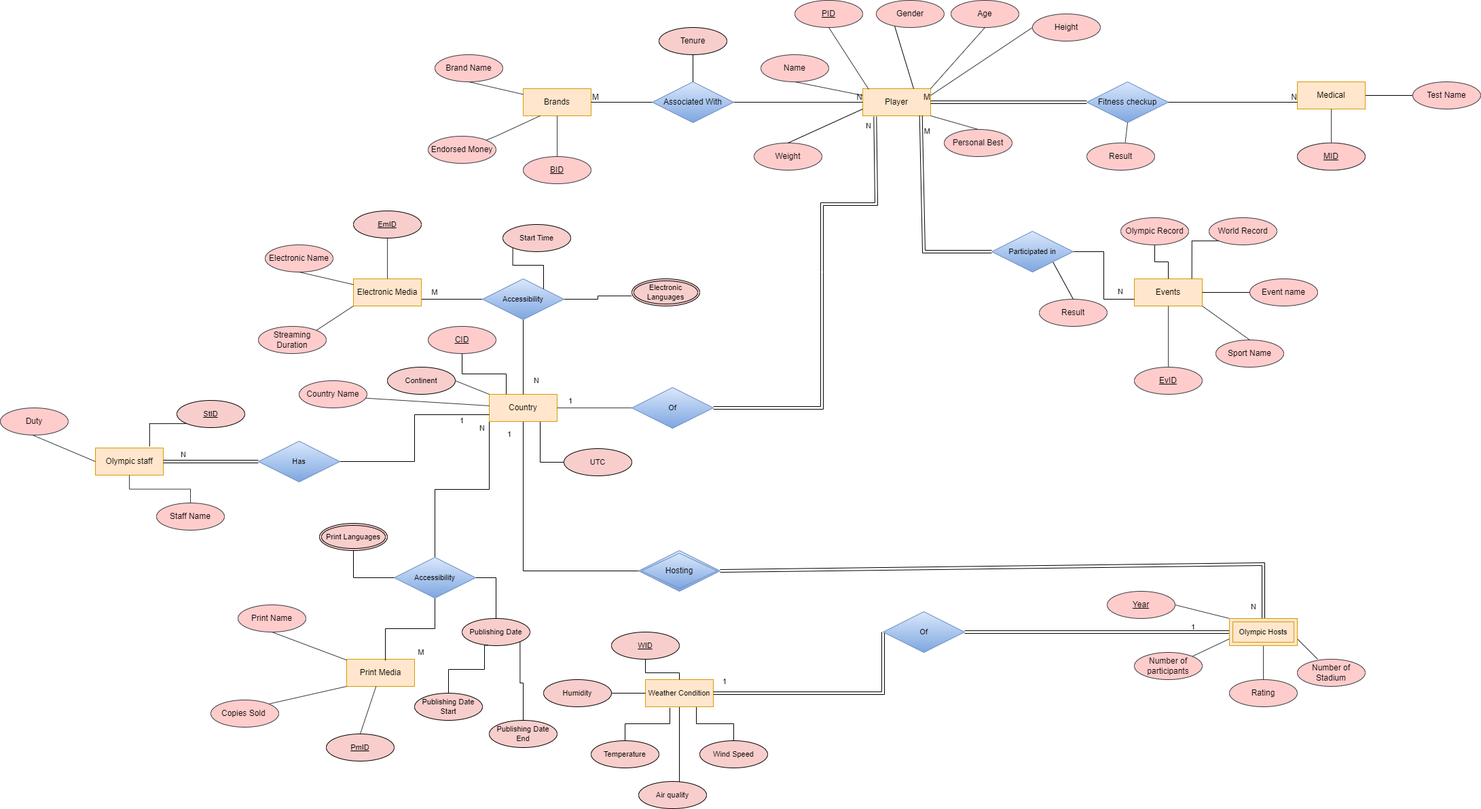
Before: ER and Relational/ER_Diagram.drawio.png, a diagram exported from draw.io (Keyur1284/DBMS-Project-Olympics). Source tidied: cells renumbered, new cells last; positions are measured from the earlier drawing's top-left corner, leaving out a move shared by most shapes.
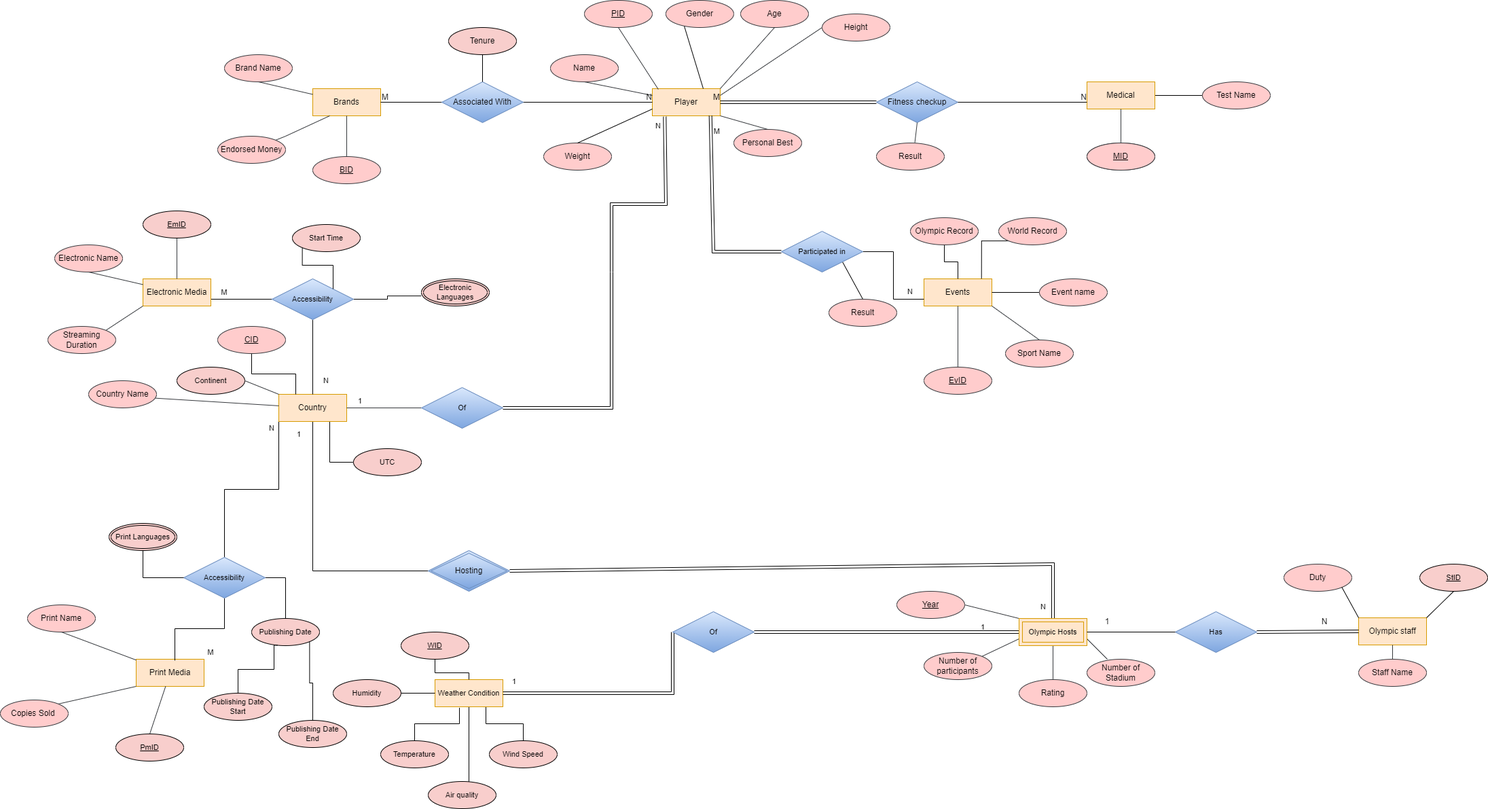
After the commit.

Diff of the diagram source:
```diff
@@ -425,32 +425,20 @@
       </mxGeometry>
     </mxCell>
     <mxCell id="126" value="Olympic staff" style="whiteSpace=wrap;html=1;align=center;fillColor=#ffe6cc;strokeColor=#d79b00;" parent="1" vertex="1">
-      <mxGeometry x="140" y="659" width="100" height="40" as="geometry" />
+      <mxGeometry x="2310" y="909" width="100" height="40" as="geometry" />
     </mxCell>
     <mxCell id="127" style="edgeStyle=orthogonalEdgeStyle;rounded=0;jettySize=auto;html=1;endArrow=none;endFill=0;fillColor=#ffcccc;strokeColor=#36393d;" parent="1" edge="1" source="128" target="126">
       <mxGeometry relative="1" as="geometry" />
     </mxCell>
     <mxCell id="128" value="Staff Name" style="ellipse;whiteSpace=wrap;html=1;align=center;fillColor=#ffcccc;strokeColor=#36393d;" parent="1" vertex="1">
-      <mxGeometry x="230" y="740" width="100" height="40" as="geometry" />
+      <mxGeometry x="2310" y="970" width="100" height="40" as="geometry" />
     </mxCell>
-    <mxCell id="129" style="endArrow=none;html=1;rounded=0;entryX=0;entryY=0.5;entryDx=0;entryDy=0;exitX=0;exitY=0.5;exitDx=0;exitDy=0;fillColor=#ffcccc;strokeColor=#36393d;" parent="1" edge="1" source="126" target="147">
-      <mxGeometry relative="1" as="geometry" />
-    </mxCell>
-    <mxCell id="130" style="edgeStyle=orthogonalEdgeStyle;shape=connector;rounded=0;jettySize=auto;html=1;exitX=0;exitY=1;exitDx=0;exitDy=0;entryX=0.798;entryY=-0.057;entryDx=0;entryDy=0;entryPerimeter=0;labelBackgroundColor=default;strokeColor=default;fontFamily=Helvetica;fontSize=11;fontColor=default;endArrow=none;endFill=0;" parent="1" edge="1" source="131" target="126">
-      <mxGeometry relative="1" as="geometry" />
-    </mxCell>
     <mxCell id="131" value="StID" style="ellipse;whiteSpace=wrap;html=1;align=center;fontStyle=4;fontFamily=Helvetica;fontSize=11;fillColor=#f8cecc;strokeColor=#000000;" parent="1" vertex="1">
-      <mxGeometry x="260" y="589" width="100" height="40" as="geometry" />
+      <mxGeometry x="2400" y="830" width="100" height="40" as="geometry" />
     </mxCell>
-    <mxCell id="132" style="edgeStyle=orthogonalEdgeStyle;rounded=0;jettySize=auto;html=1;entryX=0;entryY=0.75;entryDx=0;entryDy=0;endArrow=none;endFill=0;" parent="1" edge="1" source="133" target="48">
-      <mxGeometry relative="1" as="geometry" />
-    </mxCell>
     <mxCell id="133" value="Has" style="shape=rhombus;perimeter=rhombusPerimeter;whiteSpace=wrap;html=1;align=center;fontFamily=Helvetica;fontSize=11;fillColor=#dae8fc;strokeColor=#6c8ebf;gradientColor=#7ea6e0;" parent="1" vertex="1">
-      <mxGeometry x="380" y="649" width="120" height="60" as="geometry" />
+      <mxGeometry x="2040" y="900" width="120" height="60" as="geometry" />
     </mxCell>
-    <mxCell id="134" style="shape=link;html=1;rounded=0;labelBackgroundColor=default;strokeColor=default;fontFamily=Helvetica;fontSize=11;fontColor=default;endArrow=none;endFill=0;exitX=0;exitY=0.5;exitDx=0;exitDy=0;entryX=1;entryY=0.5;entryDx=0;entryDy=0;" parent="1" edge="1" source="133" target="126">
-      <mxGeometry relative="1" as="geometry" />
-    </mxCell>
     <mxCell id="135" value="Gender" style="ellipse;whiteSpace=wrap;html=1;align=center;fillColor=#ffcccc;strokeColor=#36393d;direction=east;flipV=0;flipH=1;" parent="1" vertex="1">
       <mxGeometry x="1289.9" width="100" height="40" as="geometry" />
     </mxCell>
@@ -488,14 +476,8 @@
       <mxGeometry x="440" y="560" width="100" height="40" as="geometry" />
     </mxCell>
     <mxCell id="147" value="Duty" style="ellipse;whiteSpace=wrap;html=1;align=center;fillColor=#ffcccc;strokeColor=#36393d;" parent="1" vertex="1">
-      <mxGeometry y="600" width="100" height="40" as="geometry" />
+      <mxGeometry x="2200" y="830" width="100" height="40" as="geometry" />
     </mxCell>
-    <mxCell id="148" value="N" style="text;html=1;strokeColor=none;fillColor=none;align=center;verticalAlign=middle;whiteSpace=wrap;rounded=0;fontSize=11;fontFamily=Helvetica;fontColor=default;" parent="1" vertex="1">
-      <mxGeometry x="250" y="659" width="40" height="20" as="geometry" />
-    </mxCell>
-    <mxCell id="149" value="1" style="text;html=1;strokeColor=none;fillColor=none;align=center;verticalAlign=middle;whiteSpace=wrap;rounded=0;fontSize=11;fontFamily=Helvetica;fontColor=default;" parent="1" vertex="1">
-      <mxGeometry x="660" y="609" width="40" height="20" as="geometry" />
-    </mxCell>
     <mxCell id="150" value="Result" style="ellipse;whiteSpace=wrap;html=1;align=center;fillColor=#ffcccc;strokeColor=#36393d;" parent="1" vertex="1">
       <mxGeometry x="1530" y="440" width="100" height="40" as="geometry" />
     </mxCell>
@@ -538,5 +520,23 @@
     <mxCell id="161" value="PID" style="ellipse;whiteSpace=wrap;html=1;align=center;fontStyle=4;fillColor=#ffcccc;strokeColor=#36393d;" parent="1" vertex="1">
       <mxGeometry x="1170" width="100" height="40" as="geometry" />
     </mxCell>
+    <mxCell id="162" style="endArrow=none;html=1;rounded=0;entryX=0.5;entryY=1;entryDx=0;entryDy=0;exitX=1;exitY=0;exitDx=0;exitDy=0;" parent="1" edge="1" source="126" target="131">
+      <mxGeometry relative="1" as="geometry" />
+    </mxCell>
+    <mxCell id="129" style="endArrow=none;html=1;rounded=0;entryX=1;entryY=1;entryDx=0;entryDy=0;exitX=0;exitY=0;exitDx=0;exitDy=0;" parent="1" edge="1" source="126" target="147">
+      <mxGeometry relative="1" as="geometry" />
+    </mxCell>
+    <mxCell id="163" style="endArrow=none;html=1;rounded=0;entryX=1;entryY=0.5;entryDx=0;entryDy=0;exitX=0;exitY=0.5;exitDx=0;exitDy=0;" parent="1" edge="1" source="133" target="137">
+      <mxGeometry relative="1" as="geometry" />
+    </mxCell>
+    <mxCell id="134" style="shape=link;html=1;rounded=0;entryX=0;entryY=0.5;entryDx=0;entryDy=0;exitX=1;exitY=0.5;exitDx=0;exitDy=0;" parent="1" edge="1" source="133" target="126">
+      <mxGeometry relative="1" as="geometry" />
+    </mxCell>
+    <mxCell id="149" value="1" style="text;html=1;strokeColor=none;fillColor=none;align=center;verticalAlign=middle;whiteSpace=wrap;rounded=0;" parent="1" vertex="1">
+      <mxGeometry x="1910" y="900" width="60" height="30" as="geometry" />
+    </mxCell>
+    <mxCell id="148" value="N" style="text;html=1;strokeColor=none;fillColor=none;align=center;verticalAlign=middle;whiteSpace=wrap;rounded=0;" parent="1" vertex="1">
+      <mxGeometry x="2230" y="900" width="60" height="30" as="geometry" />
+    </mxCell>
   </root>
 </mxGraphModel>
```
